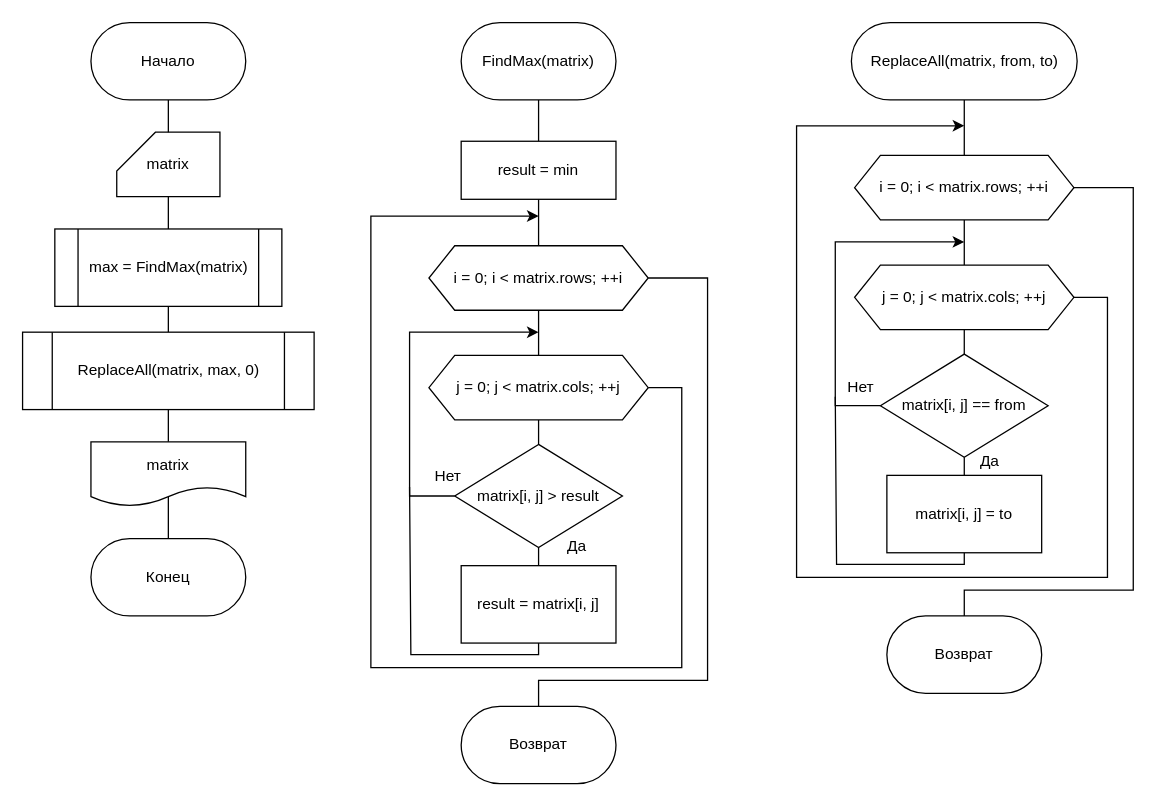
This is schemas/lab2.drawio from reddiridabl666/ICS6-C-Sharp, a draw.io file, before an edit. Source tidied: cells renumbered, new cells numbered last; positions are measured from the earlier drawing's top-left corner, leaving out a move shared by most shapes. Both pictures are drawn from the tidied source at 129%, with x=0, y=0 at pixel (22, 22).
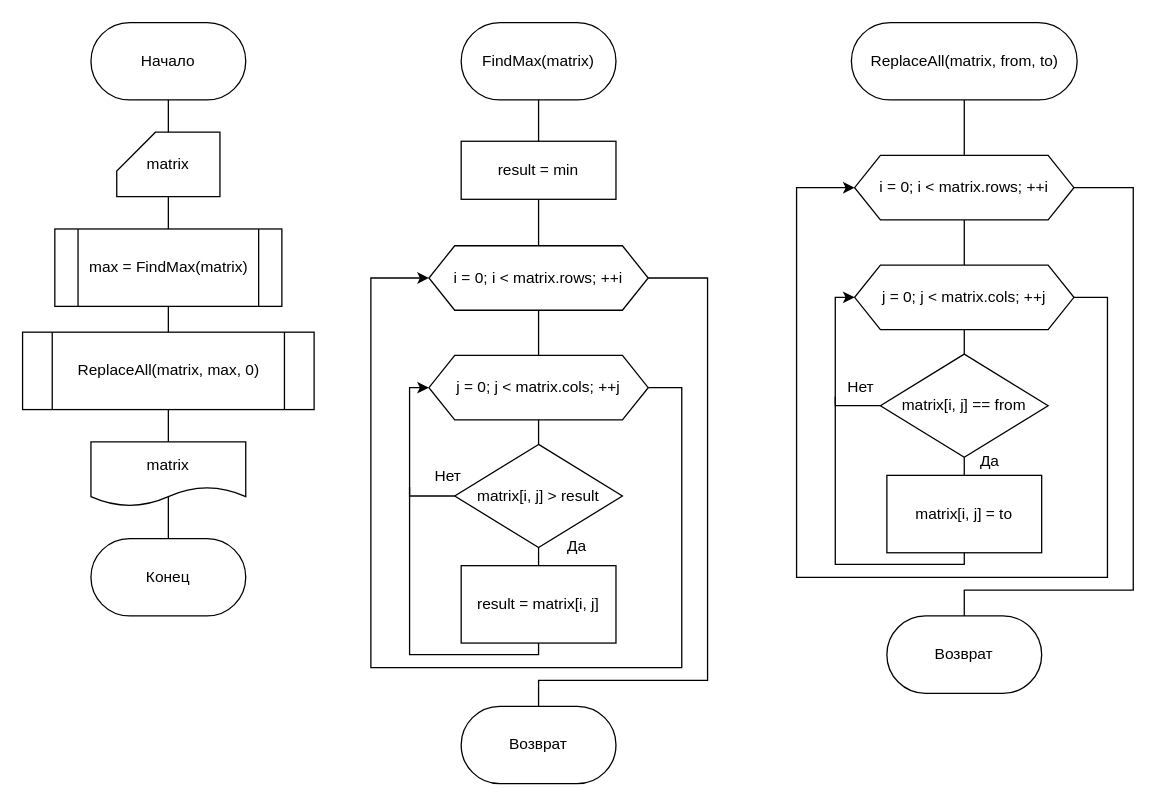
The same diagram, later.

Unchanged cells that the change refers to:
```xml
<mxCell id="17" value="i = 0; i &amp;lt; matrix.rows; ++i" style="shape=hexagon;perimeter=hexagonPerimeter2;whiteSpace=wrap;html=1;fixedSize=1;" parent="1" vertex="1">
  <mxGeometry x="315" y="173" width="170" height="50" as="geometry" />
</mxCell>
<mxCell id="22" value="matrix[i, j] &amp;gt; result" style="rhombus;whiteSpace=wrap;html=1;" parent="1" vertex="1">
  <mxGeometry x="335" y="327" width="130" height="80" as="geometry" />
</mxCell>
<mxCell id="24" value="result = matrix[i, j]" style="rounded=0;whiteSpace=wrap;html=1;" parent="1" vertex="1">
  <mxGeometry x="340" y="421" width="120" height="60" as="geometry" />
</mxCell>
<mxCell id="27" value="j = 0; j &amp;lt; matrix.cols; ++j" style="shape=hexagon;perimeter=hexagonPerimeter2;whiteSpace=wrap;html=1;fixedSize=1;" parent="1" vertex="1">
  <mxGeometry x="315" y="258" width="170" height="50" as="geometry" />
</mxCell>
<mxCell id="34" value="i = 0; i &amp;lt; matrix.rows; ++i" style="shape=hexagon;perimeter=hexagonPerimeter2;whiteSpace=wrap;html=1;fixedSize=1;" parent="1" vertex="1">
  <mxGeometry x="645" y="103" width="170" height="50" as="geometry" />
</mxCell>
<mxCell id="37" value="matrix[i, j] == from" style="rhombus;whiteSpace=wrap;html=1;" parent="1" vertex="1">
  <mxGeometry x="665" y="257" width="130" height="80" as="geometry" />
</mxCell>
<mxCell id="39" value="matrix[i, j] = to" style="rounded=0;whiteSpace=wrap;html=1;" parent="1" vertex="1">
  <mxGeometry x="670" y="351" width="120" height="60" as="geometry" />
</mxCell>
<mxCell id="42" value="j = 0; j &amp;lt; matrix.cols; ++j" style="shape=hexagon;perimeter=hexagonPerimeter2;whiteSpace=wrap;html=1;fixedSize=1;" parent="1" vertex="1">
  <mxGeometry x="645" y="188" width="170" height="50" as="geometry" />
</mxCell>
```

Diff of the diagram source:
```diff
@@
-    <mxCell id="21" style="edgeStyle=orthogonalEdgeStyle;rounded=0;jettySize=auto;html=1;exitX=0;exitY=0.5;exitDx=0;exitDy=0;" parent="1" edge="1" source="22">
+    <mxCell id="21" style="edgeStyle=orthogonalEdgeStyle;rounded=0;jettySize=auto;html=1;exitX=0;exitY=0.5;exitDx=0;exitDy=0;entryX=0;entryY=0.5;entryDx=0;entryDy=0;" parent="1" edge="1" source="22" target="27">
       <mxGeometry relative="1" as="geometry">
-        <mxPoint x="400" y="240" as="targetPoint" />
         <Array as="points">
           <mxPoint x="300" y="367" />
-          <mxPoint x="300" y="240" />
+          <mxPoint x="300" y="283" />
         </Array>
       </mxGeometry>
     </mxCell>
@@
     <mxCell id="23" style="edgeStyle=orthogonalEdgeStyle;rounded=0;jettySize=auto;html=1;exitX=0.5;exitY=1;exitDx=0;exitDy=0;endArrow=none;endFill=0;" parent="1" edge="1" source="24">
       <mxGeometry relative="1" as="geometry">
         <mxPoint x="300" y="360" as="targetPoint" />
         <Array as="points">
           <mxPoint x="400" y="490" />
-          <mxPoint x="301" y="490" />
-          <mxPoint x="301" y="360" />
+          <mxPoint x="300" y="490" />
         </Array>
       </mxGeometry>
     </mxCell>
@@
-    <mxCell id="26" style="edgeStyle=orthogonalEdgeStyle;rounded=0;jettySize=auto;html=1;exitX=1;exitY=0.5;exitDx=0;exitDy=0;" parent="1" edge="1" source="27">
+    <mxCell id="26" style="edgeStyle=orthogonalEdgeStyle;rounded=0;jettySize=auto;html=1;exitX=1;exitY=0.5;exitDx=0;exitDy=0;entryX=0;entryY=0.5;entryDx=0;entryDy=0;" parent="1" edge="1" source="27" target="17">
       <mxGeometry relative="1" as="geometry">
-        <mxPoint x="400" y="150" as="targetPoint" />
         <Array as="points">
           <mxPoint x="511" y="283" />
           <mxPoint x="511" y="500" />
           <mxPoint x="270" y="500" />
-          <mxPoint x="270" y="150" />
+          <mxPoint x="270" y="198" />
         </Array>
       </mxGeometry>
     </mxCell>
@@
-    <mxCell id="36" style="edgeStyle=orthogonalEdgeStyle;rounded=0;jettySize=auto;html=1;exitX=0;exitY=0.5;exitDx=0;exitDy=0;" parent="1" edge="1" source="37">
+    <mxCell id="36" style="edgeStyle=orthogonalEdgeStyle;rounded=0;jettySize=auto;html=1;exitX=0;exitY=0.5;exitDx=0;exitDy=0;entryX=0;entryY=0.5;entryDx=0;entryDy=0;" parent="1" edge="1" source="37" target="42">
       <mxGeometry relative="1" as="geometry">
-        <mxPoint x="730" y="170" as="targetPoint" />
         <Array as="points">
           <mxPoint x="630" y="297" />
-          <mxPoint x="630" y="170" />
+          <mxPoint x="630" y="213" />
         </Array>
       </mxGeometry>
     </mxCell>
@@
     <mxCell id="38" style="edgeStyle=orthogonalEdgeStyle;rounded=0;jettySize=auto;html=1;exitX=0.5;exitY=1;exitDx=0;exitDy=0;endArrow=none;endFill=0;" parent="1" edge="1" source="39">
       <mxGeometry relative="1" as="geometry">
         <mxPoint x="630" y="290" as="targetPoint" />
         <Array as="points">
           <mxPoint x="730" y="420" />
-          <mxPoint x="631" y="420" />
-          <mxPoint x="631" y="290" />
+          <mxPoint x="630" y="420" />
         </Array>
       </mxGeometry>
     </mxCell>
@@
-    <mxCell id="41" style="edgeStyle=orthogonalEdgeStyle;rounded=0;jettySize=auto;html=1;exitX=1;exitY=0.5;exitDx=0;exitDy=0;" parent="1" edge="1" source="42">
+    <mxCell id="41" style="edgeStyle=orthogonalEdgeStyle;rounded=0;jettySize=auto;html=1;exitX=1;exitY=0.5;exitDx=0;exitDy=0;entryX=0;entryY=0.5;entryDx=0;entryDy=0;" parent="1" edge="1" source="42" target="34">
       <mxGeometry relative="1" as="geometry">
-        <mxPoint x="730" y="80" as="targetPoint" />
         <Array as="points">
           <mxPoint x="841" y="213" />
           <mxPoint x="841" y="430" />
           <mxPoint x="600" y="430" />
-          <mxPoint x="600" y="80" />
+          <mxPoint x="600" y="128" />
         </Array>
       </mxGeometry>
     </mxCell>
```
